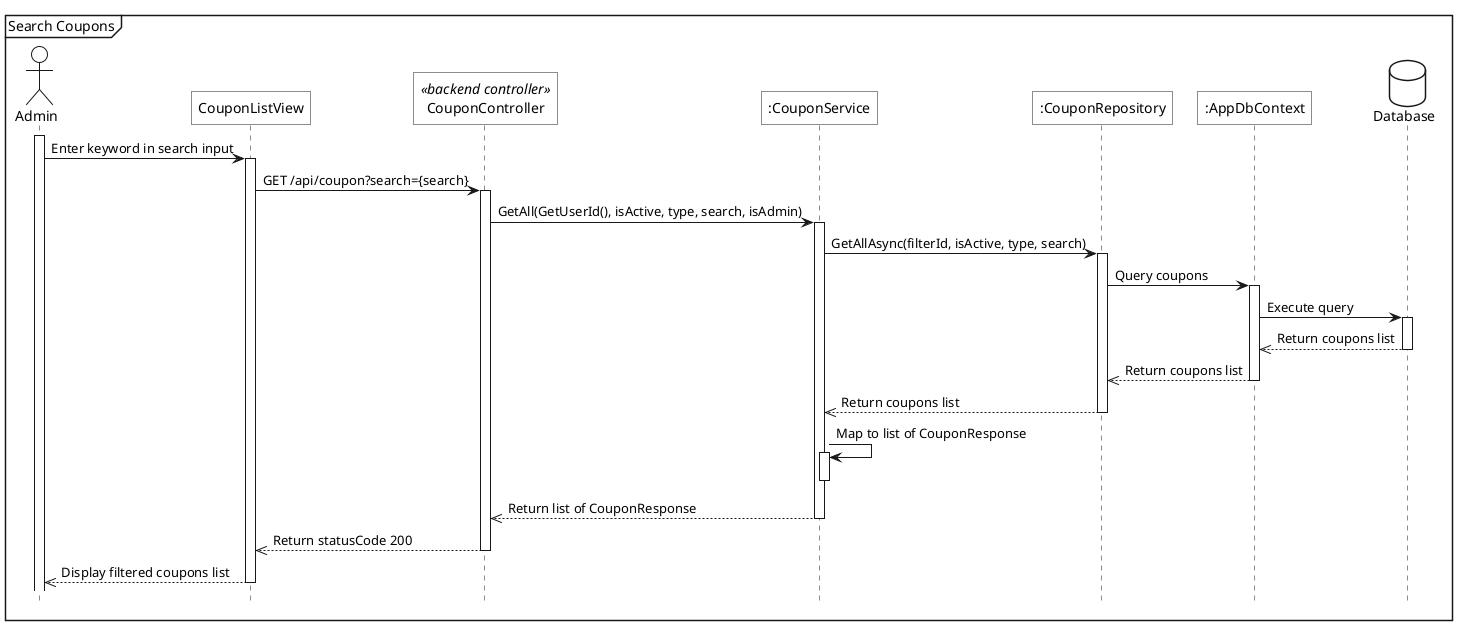
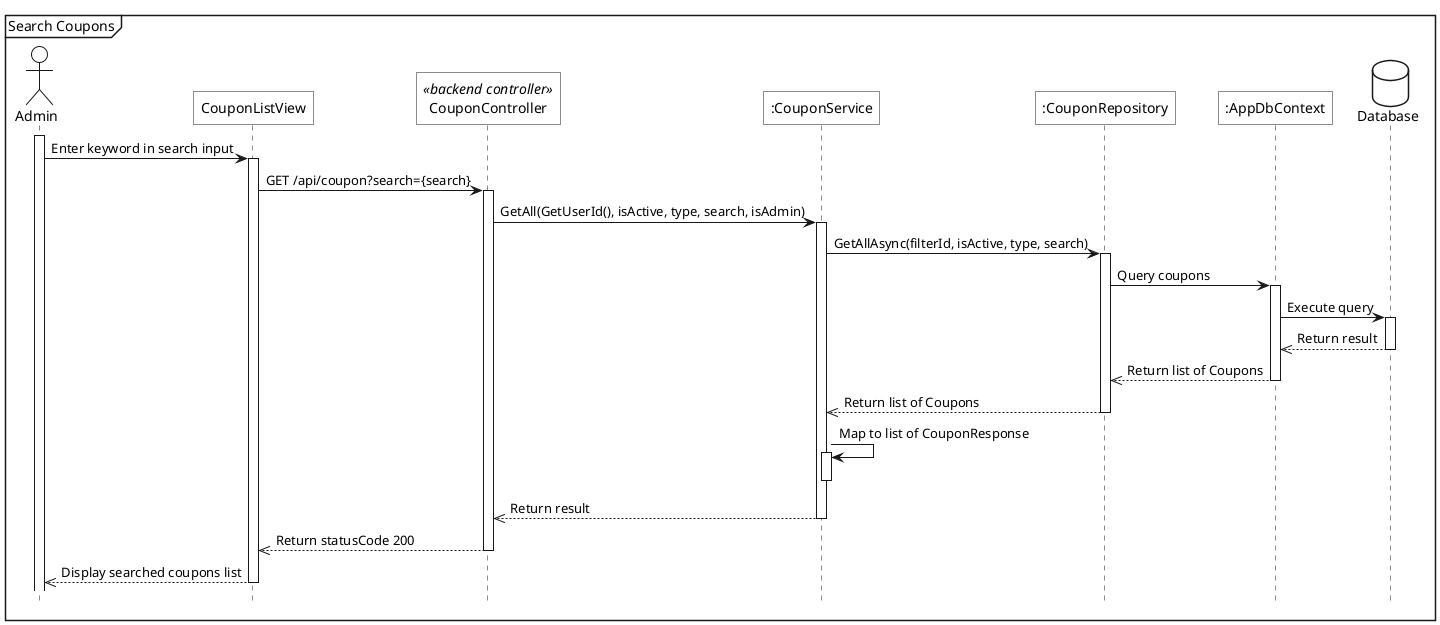
@startuml
<style>
    sequenceDiagram{
        actor{
            BackgroundColor white
            LineThickness 1.0
        }
        participant{
            BackgroundColor white
            RoundCorner 0
        }
        database{
            BackgroundColor white
        }
        groupHeader{
            BackgroundColor white
        }
        referenceHeader{
            BackgroundColor white
        }
        reference{
            BackgroundColor white
        }
    }
</style>

hide footbox

mainframe Search Coupons

actor Admin as act
participant "CouponListView" as view
participant "CouponController" as be_ctrl <<backend controller>>
participant ":CouponService" as sv
participant ":CouponRepository" as repo
participant ":AppDbContext" as ctx
database Database as db

- act ++
- act -> view++: Enter keyword in search input
- view -> be_ctrl++: GET /api/coupon?search={search}
+ act++
+ act->view++: Enter keyword in search input
+ view->be_ctrl++: GET /api/coupon?search={search}

- be_ctrl -> sv++: GetAll(GetUserId(), isActive, type, search, isAdmin)
+ be_ctrl->sv++: GetAll(GetUserId(), isActive, type, search, isAdmin)

- sv -> repo++: GetAllAsync(filterId, isActive, type, search)
- repo -> ctx++: Query coupons
- ctx -> db++: Execute query
- db -->> ctx--: Return coupons list
- ctx -->> repo--: Return coupons list
- repo -->> sv--: Return coupons list
+ sv->repo++: GetAllAsync(filterId, isActive, type, search)
+ repo->ctx++: Query coupons
+ ctx->db++: Execute query
+ db-->>ctx--: Return result
+ ctx-->>repo--: Return list of Coupons
+ repo-->>sv--: Return list of Coupons

- sv -> sv++: Map to list of CouponResponse
- sv --
+ sv->sv++: Map to list of CouponResponse
+ sv--

- sv -->> be_ctrl--: Return list of CouponResponse
- be_ctrl -->> view--: Return statusCode 200
- view -->> act--: Display filtered coupons list
+ sv-->>be_ctrl--: Return result
+ be_ctrl-->>view--: Return statusCode 200
+ view-->>act--: Display searched coupons list
@enduml
